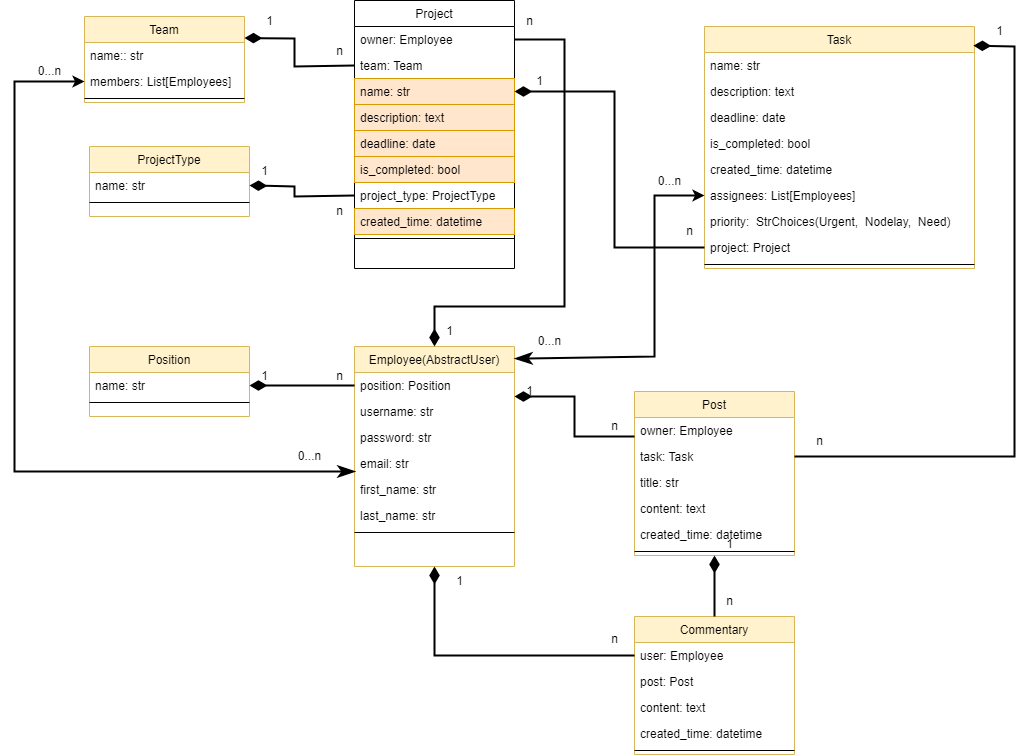
Before: static/images/factory_task_manager_database.png, a diagram exported from draw.io (Paul-Maslov/factory_task_manager). Source tidied: cells renumbered, new cells last; positions are measured from the earlier drawing's top-left corner, leaving out a move shared by most shapes.
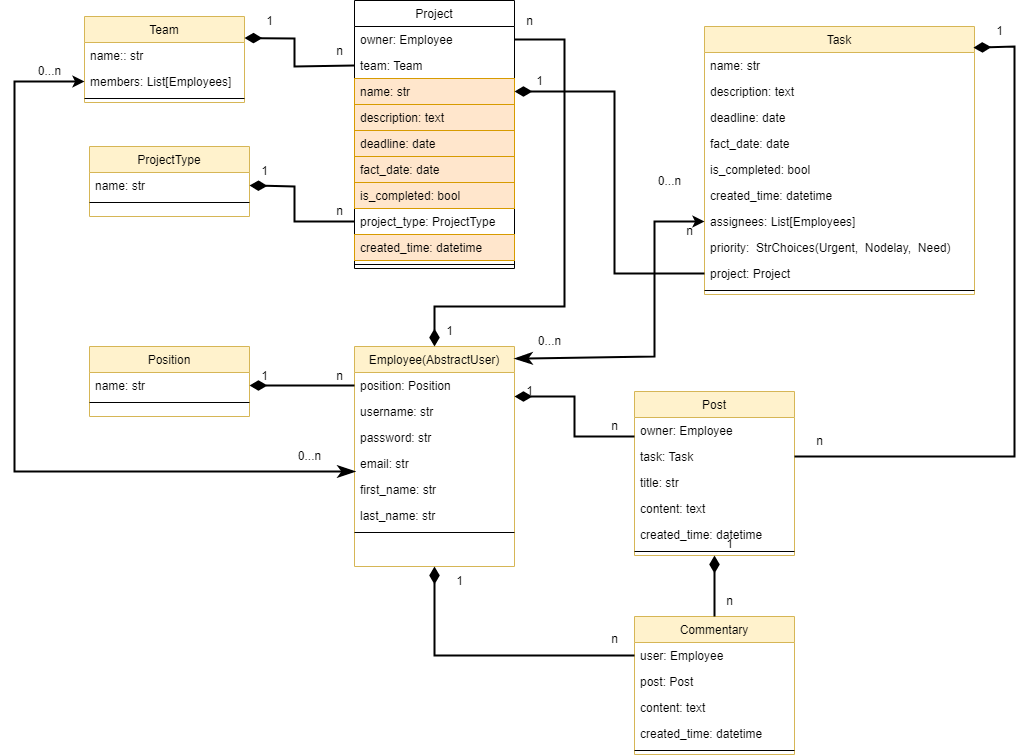
After the change.

Diff of the diagram source:
```diff
@@ -138,17 +138,20 @@
     <mxCell id="43" value="deadline: date" style="text;align=left;verticalAlign=top;spacingLeft=4;spacingRight=4;overflow=hidden;fillColor=#ffe6cc;strokeColor=#d79b00;" parent="38" vertex="1">
       <mxGeometry y="130" width="160" height="26" as="geometry" />
     </mxCell>
+    <mxCell id="86" value="fact_date: date" style="text;align=left;verticalAlign=top;spacingLeft=4;spacingRight=4;overflow=hidden;fillColor=#ffe6cc;strokeColor=#d79b00;" parent="38" vertex="1">
+      <mxGeometry y="156" width="160" height="26" as="geometry" />
+    </mxCell>
     <mxCell id="44" value="is_completed: bool" style="text;align=left;verticalAlign=top;spacingLeft=4;spacingRight=4;overflow=hidden;fillColor=#ffe6cc;strokeColor=#d79b00;" parent="38" vertex="1">
-      <mxGeometry y="156" width="160" height="26" as="geometry" />
+      <mxGeometry y="182" width="160" height="26" as="geometry" />
     </mxCell>
     <mxCell id="45" value="project_type: ProjectType" style="text;align=left;verticalAlign=top;spacingLeft=4;spacingRight=4;overflow=hidden;points=[[0,0.5],[1,0.5]];portConstraint=eastwest;" parent="38" vertex="1">
-      <mxGeometry y="182" width="160" height="26" as="geometry" />
+      <mxGeometry y="208" width="160" height="26" as="geometry" />
     </mxCell>
     <mxCell id="46" value="created_time: datetime" style="text;align=left;verticalAlign=top;spacingLeft=4;spacingRight=4;overflow=hidden;fillColor=#ffe6cc;strokeColor=#d79b00;" parent="38" vertex="1">
-      <mxGeometry y="208" width="160" height="26" as="geometry" />
+      <mxGeometry y="234" width="160" height="26" as="geometry" />
     </mxCell>
     <mxCell id="47" style="line;html=1;strokeWidth=1;align=left;verticalAlign=middle;spacingTop=-1;spacingLeft=3;spacingRight=3;labelPosition=right;" parent="38" vertex="1">
-      <mxGeometry y="234" width="160" height="8" as="geometry" />
+      <mxGeometry y="260" width="160" height="8" as="geometry" />
     </mxCell>
     <mxCell id="48" value="1" style="text;html=1;align=center;verticalAlign=middle;strokeColor=none;fillColor=none;" parent="1" vertex="1">
       <mxGeometry x="420" y="316" width="30" height="30" as="geometry" />
@@ -174,7 +177,7 @@
     <mxCell id="53" style="endArrow=diamondThin;html=1;rounded=0;exitX=0;exitY=0.5;exitDx=0;exitDy=0;entryX=1;entryY=0.5;entryDx=0;entryDy=0;endFill=1;strokeWidth=2;endSize=12;" parent="1" edge="1" source="45" target="51">
       <mxGeometry relative="1" as="geometry">
         <Array as="points">
-          <mxPoint x="280" y="196" />
+          <mxPoint x="280" y="221" />
           <mxPoint x="280" y="186" />
         </Array>
       </mxGeometry>
@@ -226,7 +229,7 @@
       <mxGeometry x="310" y="196" width="30" height="30" as="geometry" />
     </mxCell>
     <mxCell id="66" value="Task" style="swimlane;fontStyle=0;align=center;verticalAlign=top;horizontal=1;startSize=26;rounded=0;shadow=0;strokeWidth=1;fillColor=#fff2cc;strokeColor=#d6b656;" parent="1" vertex="1">
-      <mxGeometry x="690" y="26" width="270" height="242" as="geometry" />
+      <mxGeometry x="690" y="26" width="270" height="268" as="geometry" />
     </mxCell>
     <mxCell id="67" value="name: str" style="text;align=left;verticalAlign=top;spacingLeft=4;spacingRight=4;overflow=hidden;" parent="66" vertex="1">
       <mxGeometry y="26" width="270" height="26" as="geometry" />
@@ -234,32 +237,35 @@
     <mxCell id="68" value="description: text" style="text;align=left;verticalAlign=top;spacingLeft=4;spacingRight=4;overflow=hidden;" parent="66" vertex="1">
       <mxGeometry y="52" width="270" height="26" as="geometry" />
     </mxCell>
+    <mxCell id="87" value="deadline: date" style="text;align=left;verticalAlign=top;spacingLeft=4;spacingRight=4;overflow=hidden;" parent="66" vertex="1">
+      <mxGeometry y="78" width="270" height="26" as="geometry" />
+    </mxCell>
-    <mxCell id="69" value="deadline: date" style="text;align=left;verticalAlign=top;spacingLeft=4;spacingRight=4;overflow=hidden;" parent="66" vertex="1">
-      <mxGeometry y="78" width="270" height="26" as="geometry" />
+    <mxCell id="69" value="fact_date: date" style="text;align=left;verticalAlign=top;spacingLeft=4;spacingRight=4;overflow=hidden;" parent="66" vertex="1">
+      <mxGeometry y="104" width="270" height="26" as="geometry" />
     </mxCell>
     <mxCell id="70" value="is_completed: bool" style="text;align=left;verticalAlign=top;spacingLeft=4;spacingRight=4;overflow=hidden;" parent="66" vertex="1">
-      <mxGeometry y="104" width="270" height="26" as="geometry" />
+      <mxGeometry y="130" width="270" height="26" as="geometry" />
     </mxCell>
     <mxCell id="71" value="created_time: datetime" style="text;align=left;verticalAlign=top;spacingLeft=4;spacingRight=4;overflow=hidden;" parent="66" vertex="1">
-      <mxGeometry y="130" width="270" height="26" as="geometry" />
+      <mxGeometry y="156" width="270" height="26" as="geometry" />
     </mxCell>
     <mxCell id="72" value="assignees: List[Employees]" style="text;align=left;verticalAlign=top;spacingLeft=4;spacingRight=4;overflow=hidden;points=[[0,0.5],[1,0.5]];portConstraint=eastwest;" parent="66" vertex="1">
-      <mxGeometry y="156" width="270" height="26" as="geometry" />
+      <mxGeometry y="182" width="270" height="26" as="geometry" />
     </mxCell>
     <mxCell id="73" value="priority:  StrChoices(Urgent,  Nodelay,  Need)" style="text;align=left;verticalAlign=top;spacingLeft=4;spacingRight=4;overflow=hidden;" parent="66" vertex="1">
-      <mxGeometry y="182" width="270" height="26" as="geometry" />
+      <mxGeometry y="208" width="270" height="26" as="geometry" />
     </mxCell>
     <mxCell id="74" value="project: Project" style="text;align=left;verticalAlign=top;spacingLeft=4;spacingRight=4;overflow=hidden;points=[[0,0.5],[1,0.5]];portConstraint=eastwest;" parent="66" vertex="1">
-      <mxGeometry y="208" width="270" height="26" as="geometry" />
+      <mxGeometry y="234" width="270" height="26" as="geometry" />
     </mxCell>
     <mxCell id="75" style="line;html=1;strokeWidth=1;align=left;verticalAlign=middle;spacingTop=-1;spacingLeft=3;spacingRight=3;labelPosition=right;" parent="66" vertex="1">
-      <mxGeometry y="234" width="270" height="8" as="geometry" />
+      <mxGeometry y="260" width="270" height="8" as="geometry" />
     </mxCell>
     <mxCell id="76" style="endArrow=diamondThin;html=1;rounded=0;exitX=0;exitY=0.5;exitDx=0;exitDy=0;entryX=1;entryY=0.5;entryDx=0;entryDy=0;endFill=1;strokeWidth=2;endSize=12;" parent="1" edge="1" source="74">
       <mxGeometry relative="1" as="geometry">
         <mxPoint x="500" y="91" as="targetPoint" />
         <Array as="points">
-          <mxPoint x="600" y="247" />
+          <mxPoint x="600" y="273" />
           <mxPoint x="600" y="91" />
         </Array>
       </mxGeometry>
@@ -267,7 +273,7 @@
     <mxCell id="77" style="endArrow=classicThin;html=1;rounded=0;exitX=0;exitY=0.5;exitDx=0;exitDy=0;endFill=1;strokeWidth=2;endSize=12;entryX=1;entryY=0.055;entryDx=0;entryDy=0;entryPerimeter=0;startArrow=classic;startFill=1;" parent="1" edge="1" source="72" target="2">
       <mxGeometry relative="1" as="geometry">
         <Array as="points">
-          <mxPoint x="640" y="195" />
+          <mxPoint x="640" y="221" />
           <mxPoint x="640" y="356" />
         </Array>
       </mxGeometry>
```
